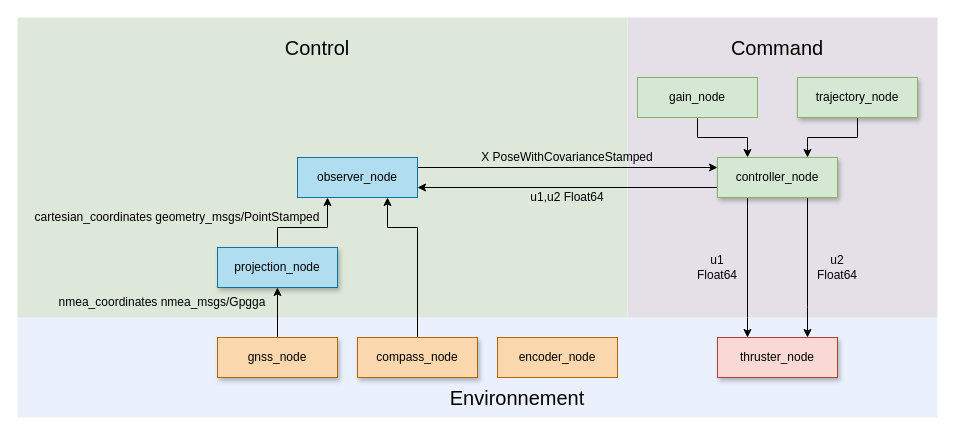
This is doc/DDBot.drawio from Jules-Berhault/ddbot, a draw.io file, before an edit. Source tidied: cells renumbered, new cells numbered last; positions are measured from the earlier drawing's top-left corner, leaving out a move shared by most shapes. Both pictures are drawn from the tidied source at 100%, with x=0, y=0 at pixel (17, 17).
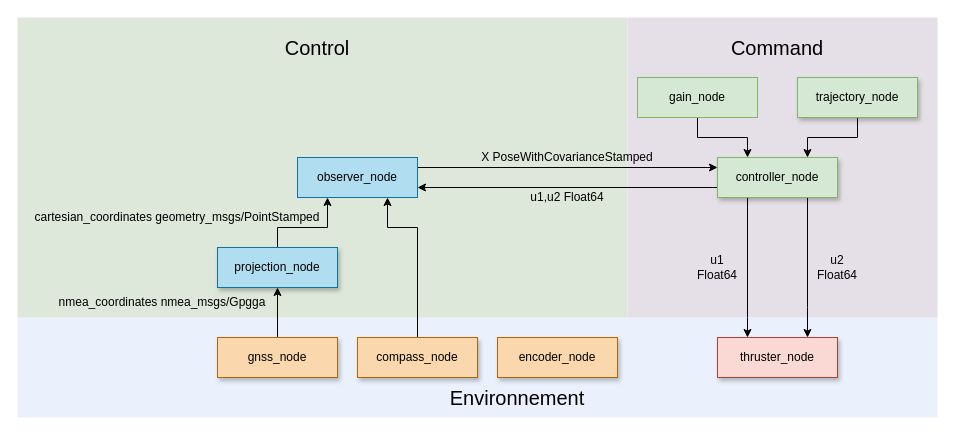
The same diagram, later.

What changed in the source:
```diff
@@
-    <mxCell id="29" value="encoder_node" style="rounded=0;whiteSpace=wrap;html=1;fillColor=#fad7ac;strokeColor=#b46504;" parent="1" vertex="1">
+    <mxCell id="29" value="encoder_node" style="rounded=0;whiteSpace=wrap;html=1;fillColor=#fad7ac;strokeColor=#b46504;shadow=1;" parent="1" vertex="1">
       <mxGeometry x="480" y="320" width="120" height="40" as="geometry" />
     </mxCell>
```
